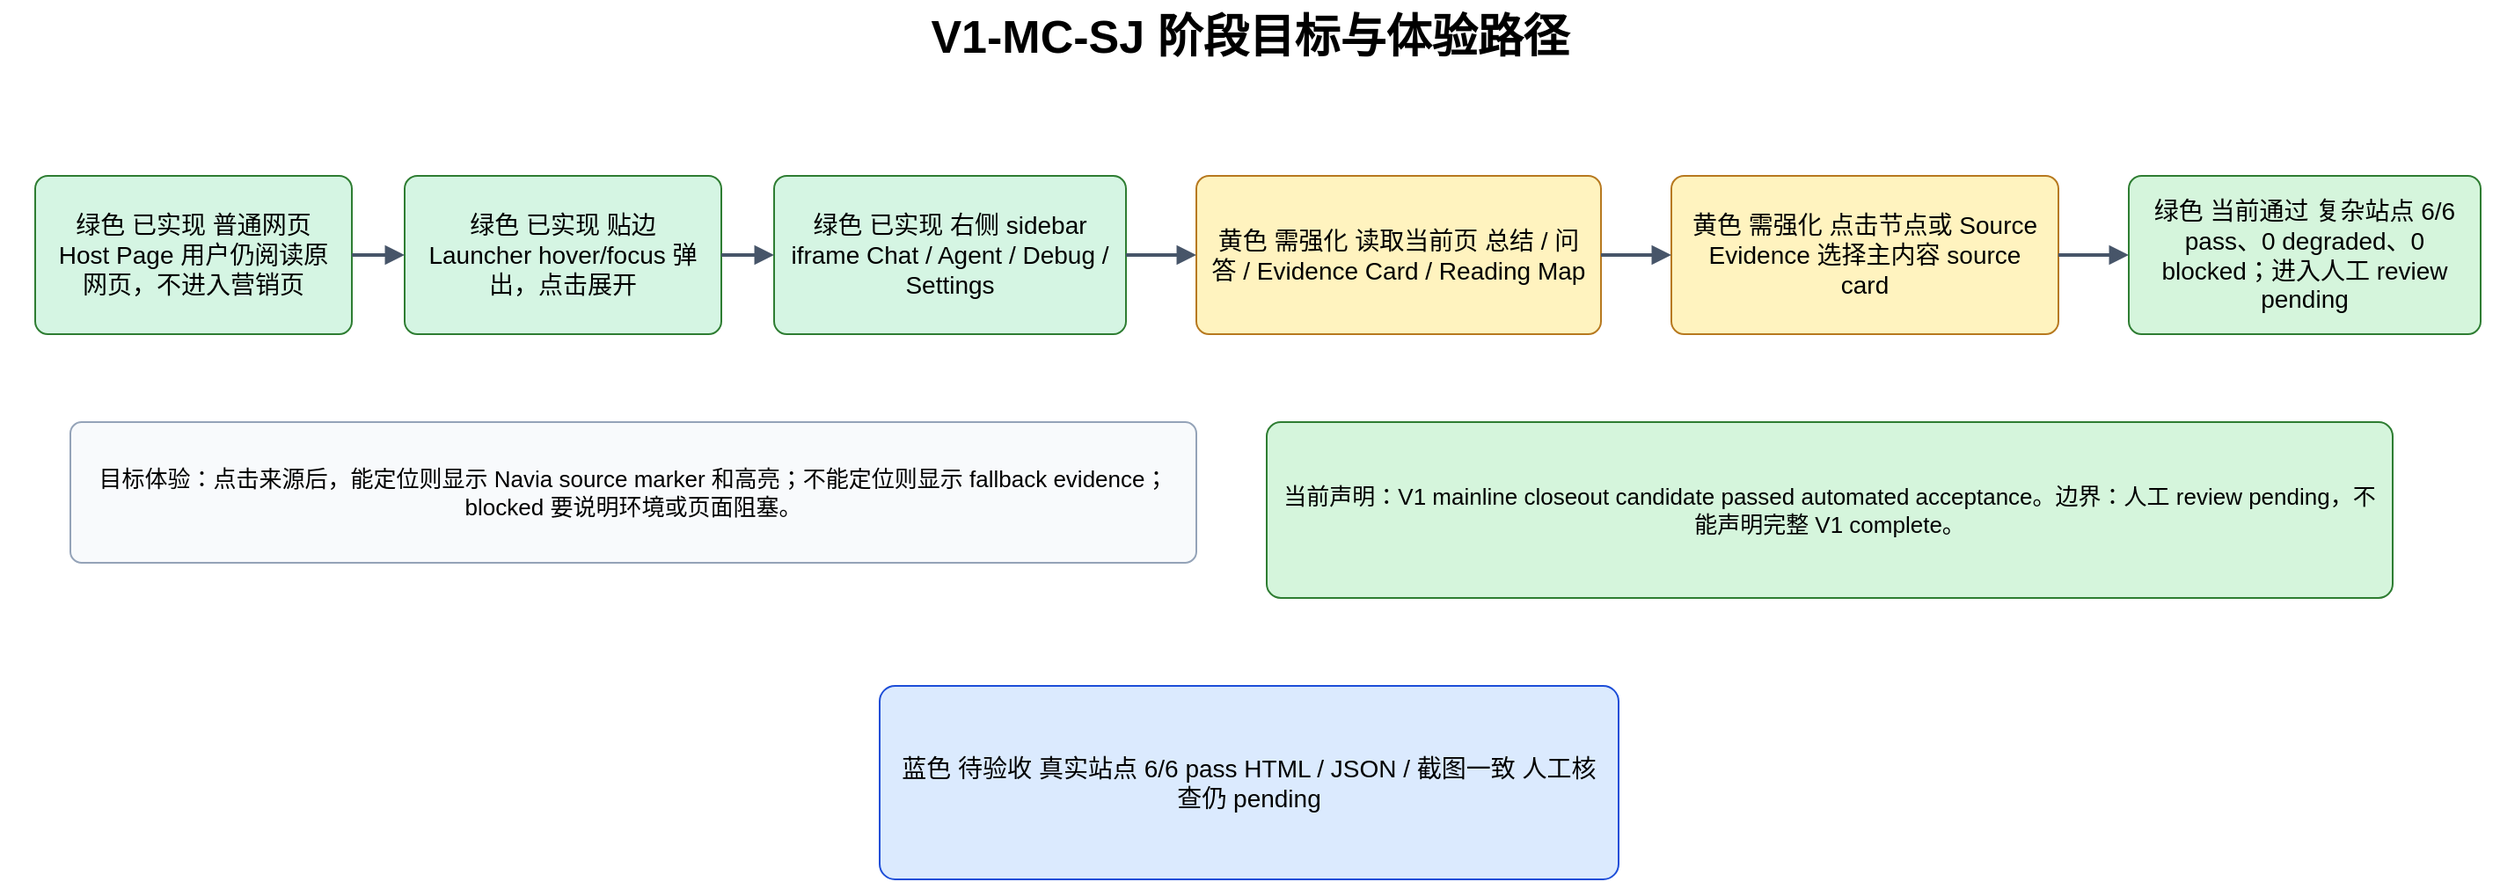
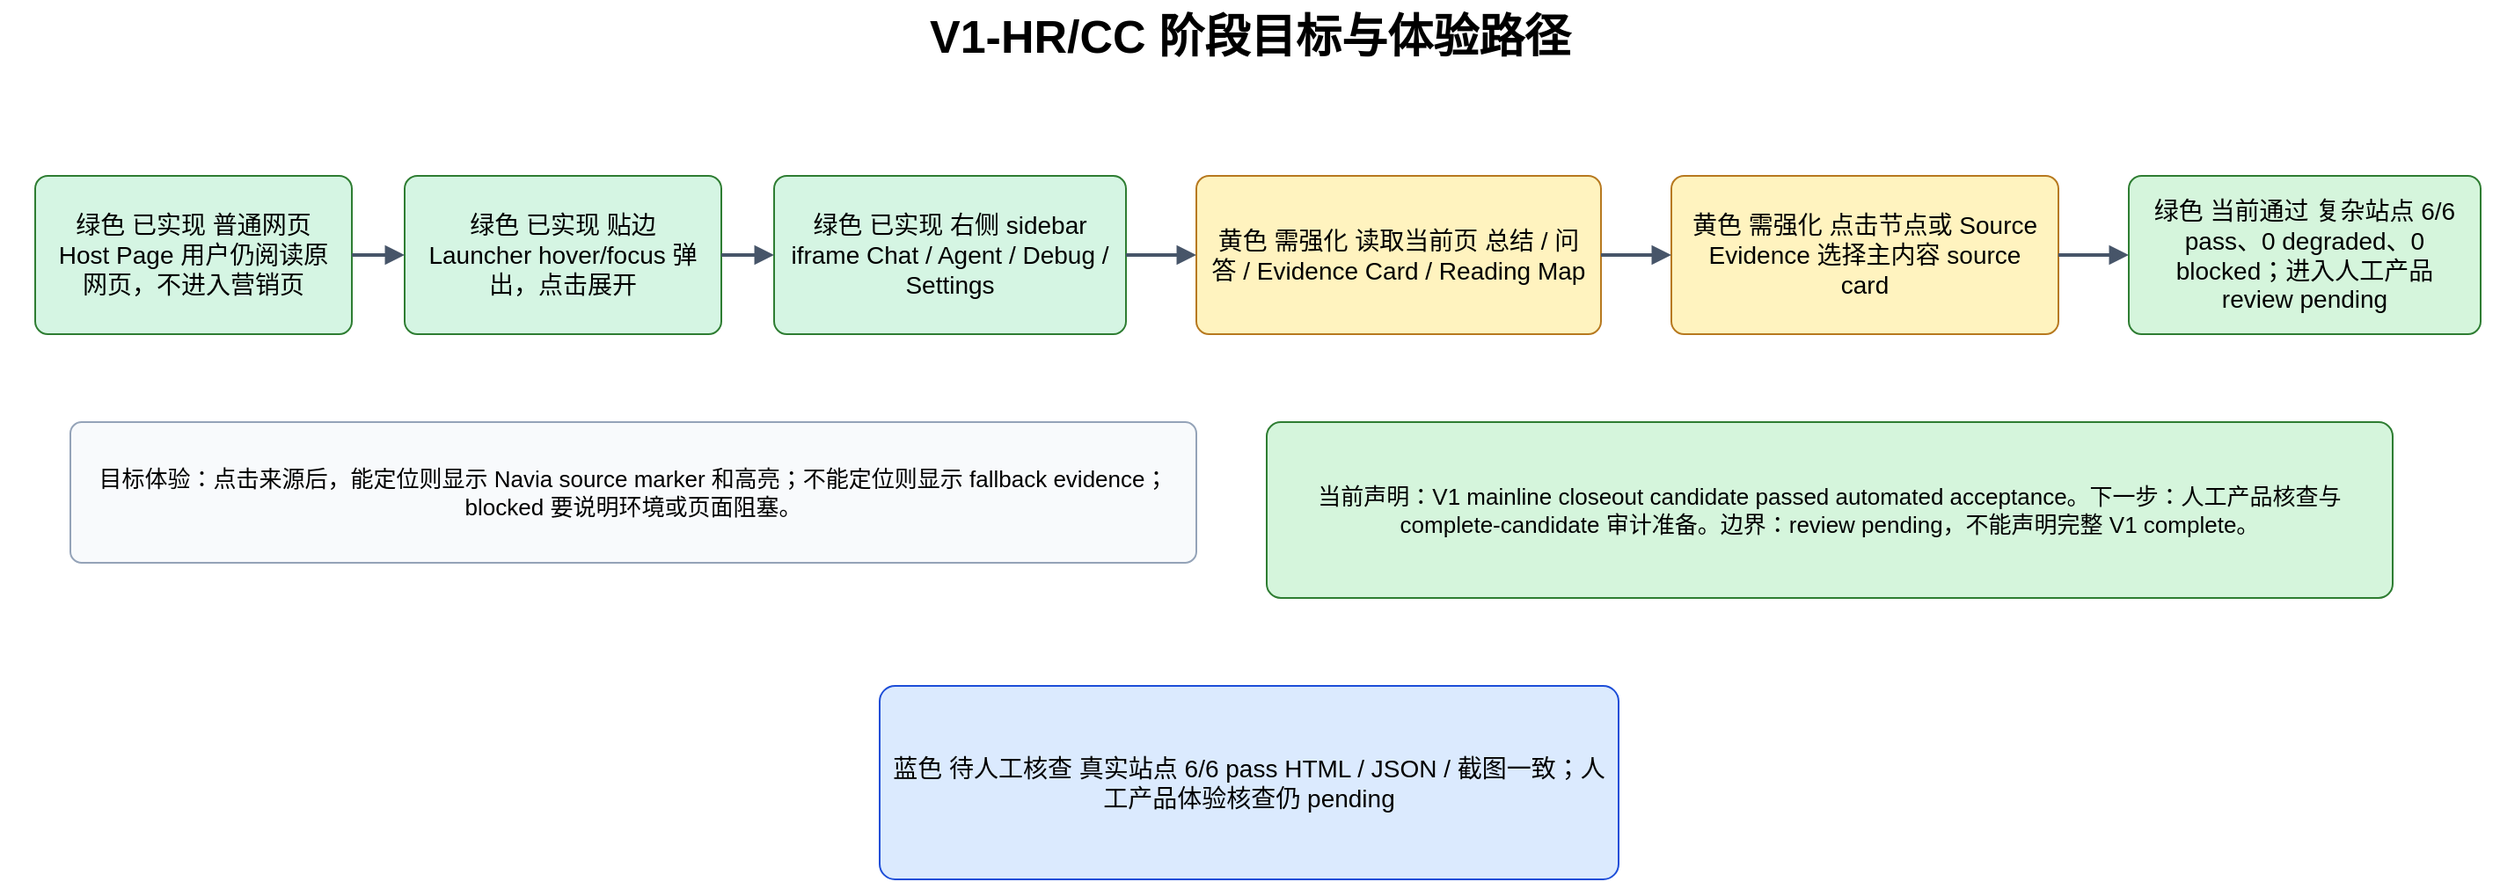
<mxfile host="Electron" agent="Codex" pages="8">
  <diagram id="v1mc-01" name="01 阶段目标与体验路径">
    <mxGraphModel dx="1500" dy="900" grid="1" gridSize="10" guides="1" tooltips="1" connect="1" arrows="1" fold="1" page="1" pageScale="1" pageWidth="1500" pageHeight="900" math="0" shadow="0">
      <root>
        <mxCell id="0" />
        <mxCell id="1" parent="0" />
-         <mxCell id="v1mc-01-title" parent="1" style="text;html=1;fontSize=26;fontStyle=1;align=center;verticalAlign=middle;strokeColor=none;fillColor=none;" value="V1-MC-SJ 阶段目标与体验路径" vertex="1">
+         <mxCell id="v1mc-01-title" parent="1" style="text;html=1;fontSize=26;fontStyle=1;align=center;verticalAlign=middle;strokeColor=none;fillColor=none;" value="V1-HR/CC 阶段目标与体验路径" vertex="1">
          <mxGeometry x="40" y="20" width="1420" height="42" as="geometry" />
        </mxCell>
        <mxCell id="c1" parent="1" style="rounded=1;whiteSpace=wrap;html=1;fontSize=14;spacing=8;arcSize=8;fillColor=#d5f5e3;strokeColor=#2e7d32;" value="绿色 已实现 普通网页 Host Page 用户仍阅读原网页，不进入营销页" vertex="1">
          <mxGeometry x="60" y="120" width="180" height="90" as="geometry" />
        </mxCell>
        <mxCell id="c2" parent="1" style="rounded=1;whiteSpace=wrap;html=1;fontSize=14;spacing=8;arcSize=8;fillColor=#d5f5e3;strokeColor=#2e7d32;" value="绿色 已实现 贴边 Launcher hover/focus 弹出，点击展开" vertex="1">
          <mxGeometry x="270" y="120" width="180" height="90" as="geometry" />
        </mxCell>
        <mxCell id="c3" parent="1" style="rounded=1;whiteSpace=wrap;html=1;fontSize=14;spacing=8;arcSize=8;fillColor=#d5f5e3;strokeColor=#2e7d32;" value="绿色 已实现 右侧 sidebar iframe Chat / Agent / Debug / Settings" vertex="1">
          <mxGeometry x="480" y="120" width="200" height="90" as="geometry" />
        </mxCell>
        <mxCell id="c4" parent="1" style="rounded=1;whiteSpace=wrap;html=1;fontSize=14;spacing=8;arcSize=8;fillColor=#fff3bf;strokeColor=#b7791f;" value="黄色 需强化 读取当前页 总结 / 问答 / Evidence Card / Reading Map" vertex="1">
          <mxGeometry x="720" y="120" width="230" height="90" as="geometry" />
        </mxCell>
        <mxCell id="c5" parent="1" style="rounded=1;whiteSpace=wrap;html=1;fontSize=14;spacing=8;arcSize=8;fillColor=#fff3bf;strokeColor=#b7791f;" value="黄色 需强化 点击节点或 Source Evidence 选择主内容 source card" vertex="1">
          <mxGeometry x="990" y="120" width="220" height="90" as="geometry" />
        </mxCell>
-         <mxCell id="c6" parent="1" style="rounded=1;whiteSpace=wrap;html=1;fontSize=14;spacing=8;arcSize=8;fillColor=#d5f5dc;strokeColor=#2e7d32;" value="绿色 当前通过 复杂站点 6/6 pass、0 degraded、0 blocked；进入人工 review pending" vertex="1">
+         <mxCell id="c6" parent="1" style="rounded=1;whiteSpace=wrap;html=1;fontSize=14;spacing=8;arcSize=8;fillColor=#d5f5dc;strokeColor=#2e7d32;" value="绿色 当前通过 复杂站点 6/6 pass、0 degraded、0 blocked；进入人工产品 review pending" vertex="1">
          <mxGeometry x="1250" y="120" width="200" height="90" as="geometry" />
        </mxCell>
        <mxCell id="c7" parent="1" style="rounded=1;whiteSpace=wrap;html=1;fontSize=13;spacing=8;arcSize=8;fillColor=#f8fafc;strokeColor=#94a3b8;" value="目标体验：点击来源后，能定位则显示 Navia source marker 和高亮；不能定位则显示 fallback evidence；blocked 要说明环境或页面阻塞。" vertex="1">
          <mxGeometry x="80" y="260" width="640" height="80" as="geometry" />
        </mxCell>
-         <mxCell id="c8" parent="1" style="rounded=1;whiteSpace=wrap;html=1;fontSize=13;spacing=8;arcSize=8;fillColor=#d5f5dc;strokeColor=#2e7d32;" value="当前声明：V1 mainline closeout candidate passed automated acceptance。边界：人工 review pending，不能声明完整 V1 complete。" vertex="1">
+         <mxCell id="c8" parent="1" style="rounded=1;whiteSpace=wrap;html=1;fontSize=13;spacing=8;arcSize=8;fillColor=#d5f5dc;strokeColor=#2e7d32;" value="当前声明：V1 mainline closeout candidate passed automated acceptance。下一步：人工产品核查与 complete-candidate 审计准备。边界：review pending，不能声明完整 V1 complete。" vertex="1">
          <mxGeometry x="760" y="260" width="640" height="100" as="geometry" />
        </mxCell>
-         <mxCell id="c9" parent="1" style="rounded=1;whiteSpace=wrap;html=1;fontSize=14;spacing=8;arcSize=8;fillColor=#dbeafe;strokeColor=#1d4ed8;" value="蓝色 待验收 真实站点 6/6 pass HTML / JSON / 截图一致 人工核查仍 pending" vertex="1">
+         <mxCell id="c9" parent="1" style="rounded=1;whiteSpace=wrap;html=1;fontSize=14;spacing=8;arcSize=8;fillColor=#dbeafe;strokeColor=#1d4ed8;" value="蓝色 待人工核查 真实站点 6/6 pass HTML / JSON / 截图一致；人工产品体验核查仍 pending" vertex="1">
          <mxGeometry x="540" y="410" width="420" height="110" as="geometry" />
        </mxCell>
        <mxCell id="e10" parent="1" style="edgeStyle=orthogonalEdgeStyle;rounded=0;orthogonalLoop=1;jettySize=auto;html=1;endArrow=block;strokeWidth=2;strokeColor=#475569;" value="" edge="1" source="c1" target="c2">
          <mxGeometry relative="1" as="geometry" />
        </mxCell>
        <mxCell id="e11" parent="1" style="edgeStyle=orthogonalEdgeStyle;rounded=0;orthogonalLoop=1;jettySize=auto;html=1;endArrow=block;strokeWidth=2;strokeColor=#475569;" value="" edge="1" source="c2" target="c3">
          <mxGeometry relative="1" as="geometry" />
        </mxCell>
        <mxCell id="e12" parent="1" style="edgeStyle=orthogonalEdgeStyle;rounded=0;orthogonalLoop=1;jettySize=auto;html=1;endArrow=block;strokeWidth=2;strokeColor=#475569;" value="" edge="1" source="c3" target="c4">
          <mxGeometry relative="1" as="geometry" />
        </mxCell>
        <mxCell id="e13" parent="1" style="edgeStyle=orthogonalEdgeStyle;rounded=0;orthogonalLoop=1;jettySize=auto;html=1;endArrow=block;strokeWidth=2;strokeColor=#475569;" value="" edge="1" source="c4" target="c5">
          <mxGeometry relative="1" as="geometry" />
        </mxCell>
        <mxCell id="e14" parent="1" style="edgeStyle=orthogonalEdgeStyle;rounded=0;orthogonalLoop=1;jettySize=auto;html=1;endArrow=block;strokeWidth=2;strokeColor=#475569;" value="" edge="1" source="c5" target="c6">
          <mxGeometry relative="1" as="geometry" />
        </mxCell>
      </root>
    </mxGraphModel>
  </diagram>
  <diagram id="v1mc-02" name="02 当前架构与目标架构差异">
    <mxGraphModel dx="1500" dy="900" grid="1" gridSize="10" guides="1" tooltips="1" connect="1" arrows="1" fold="1" page="1" pageScale="1" pageWidth="1500" pageHeight="900" math="0" shadow="0">
      <root>
        <mxCell id="0" />
        <mxCell id="1" parent="0" />
        <mxCell id="v1mc-02-title" parent="1" style="text;html=1;fontSize=26;fontStyle=1;align=center;verticalAlign=middle;strokeColor=none;fillColor=none;" value="当前架构与目标架构差异：具体实现实体" vertex="1">
          <mxGeometry x="40" y="20" width="1420" height="42" as="geometry" />
        </mxCell>
        <mxCell id="c15" parent="1" style="rounded=1;whiteSpace=wrap;html=1;fontSize=14;spacing=8;arcSize=8;fillColor=#d5f5e3;strokeColor=#2e7d32;" value="绿色 已实现 Host Page DOM 真实网页正文 / feed / 评论 / 推荐 / 登录态差异" vertex="1">
          <mxGeometry x="70" y="95" width="390" height="82" as="geometry" />
        </mxCell>
        <mxCell id="c16" parent="1" style="rounded=1;whiteSpace=wrap;html=1;fontSize=14;spacing=8;arcSize=8;fillColor=#ffffff;strokeColor=#607d8b;" value="目标差异 不让评论/推荐/站点壳主导主内容；public no-login 与 logged-in 分流" vertex="1">
          <mxGeometry x="520" y="95" width="420" height="82" as="geometry" />
        </mxCell>
        <mxCell id="c17" parent="1" style="rounded=1;whiteSpace=wrap;html=1;fontSize=14;spacing=8;arcSize=8;fillColor=#fff3bf;strokeColor=#b7791f;" value="黄色 需修改 pageContext.ts + contentBridge.ts 抽取 DOM signals；执行 source jumpback；注入 launcher/sidebar" vertex="1">
          <mxGeometry x="70" y="210" width="390" height="82" as="geometry" />
        </mxCell>
        <mxCell id="c18" parent="1" style="rounded=1;whiteSpace=wrap;html=1;fontSize=14;spacing=8;arcSize=8;fillColor=#ffffff;strokeColor=#607d8b;" value="目标差异 多 sourceRef / selector / domPath / textQuote / href-card 定位；失败保留 fallback" vertex="1">
          <mxGeometry x="520" y="210" width="420" height="82" as="geometry" />
        </mxCell>
        <mxCell id="c19" parent="1" style="rounded=1;whiteSpace=wrap;html=1;fontSize=14;spacing=8;arcSize=8;fillColor=#fff3bf;strokeColor=#b7791f;" value="黄色 需修改 sidepanel/main.tsx + B Renderer ArtifactInlineCard / mindmapPresentation / Reading Map / source card 排序" vertex="1">
          <mxGeometry x="70" y="325" width="390" height="82" as="geometry" />
        </mxCell>
        <mxCell id="c20" parent="1" style="rounded=1;whiteSpace=wrap;html=1;fontSize=14;spacing=8;arcSize=8;fillColor=#ffffff;strokeColor=#607d8b;" value="目标差异 source card 主内容优先；E2E 记录 selectedSourceCardIndex 和 reason" vertex="1">
          <mxGeometry x="520" y="325" width="420" height="82" as="geometry" />
        </mxCell>
        <mxCell id="c21" parent="1" style="rounded=1;whiteSpace=wrap;html=1;fontSize=14;spacing=8;arcSize=8;fillColor=#d5f5e3;strokeColor=#2e7d32;" value="绿色 已实现 runtimeClient.ts + background proxy /v1/health、session、chat stream、runtimeFetch/runtimeStream" vertex="1">
          <mxGeometry x="70" y="440" width="390" height="82" as="geometry" />
        </mxCell>
        <mxCell id="c22" parent="1" style="rounded=1;whiteSpace=wrap;html=1;fontSize=14;spacing=8;arcSize=8;fillColor=#ffffff;strokeColor=#607d8b;" value="目标差异 不新增 Runtime public API；错误保持可审计" vertex="1">
          <mxGeometry x="520" y="440" width="420" height="82" as="geometry" />
        </mxCell>
        <mxCell id="c23" parent="1" style="rounded=1;whiteSpace=wrap;html=1;fontSize=14;spacing=8;arcSize=8;fillColor=#fff3bf;strokeColor=#b7791f;" value="黄色 需修改 Local Runtime A/D/C A Page Reading SourceRef；D Artifact/Event/Trace；C Mindmap nodeSourceMap" vertex="1">
          <mxGeometry x="70" y="555" width="390" height="82" as="geometry" />
        </mxCell>
        <mxCell id="c24" parent="1" style="rounded=1;whiteSpace=wrap;html=1;fontSize=14;spacing=8;arcSize=8;fillColor=#ffffff;strokeColor=#607d8b;" value="目标差异 A/C/D 不被 UI 反向污染；只改善 SourceRef 和 nodeSourceMap 质量" vertex="1">
          <mxGeometry x="520" y="555" width="420" height="82" as="geometry" />
        </mxCell>
        <mxCell id="c25" parent="1" style="rounded=1;whiteSpace=wrap;html=1;fontSize=14;spacing=8;arcSize=8;fillColor=#dbeafe;strokeColor=#1d4ed8;" value="蓝色 待验收 E2E + evidence reports v1_real_site_complex_pages / external_visual / mainline_closeout" vertex="1">
          <mxGeometry x="70" y="670" width="390" height="82" as="geometry" />
        </mxCell>
        <mxCell id="c26" parent="1" style="rounded=1;whiteSpace=wrap;html=1;fontSize=14;spacing=8;arcSize=8;fillColor=#d5f5dc;strokeColor=#2e7d32;" value="目标差异 当前 real-site 6/6 pass，V1-MC 自动化候选通过；人工 review 前不得声明完整 V1 complete" vertex="1">
          <mxGeometry x="520" y="670" width="420" height="82" as="geometry" />
        </mxCell>
        <mxCell id="c27" parent="1" style="rounded=1;whiteSpace=wrap;html=1;fontSize=14;spacing=8;arcSize=8;fillColor=#fff3cd;strokeColor=#b26a00;" value="黄色 回归风险 小红书首页 / 详情当前已恢复 highlighted；若未来 blocked 或 fallback 必须打回质量硬化并撤回候选通过" vertex="1">
          <mxGeometry x="1020" y="145" width="330" height="95" as="geometry" />
        </mxCell>
        <mxCell id="c28" parent="1" style="rounded=1;whiteSpace=wrap;html=1;fontSize=14;spacing=8;arcSize=8;fillColor=#fff3bf;strokeColor=#b7791f;" value="黄色 复验风险 guancha-detail source card 可能指向评论/推荐/最新视频" vertex="1">
          <mxGeometry x="1020" y="285" width="330" height="110" as="geometry" />
        </mxCell>
        <mxCell id="c29" parent="1" style="rounded=1;whiteSpace=wrap;html=1;fontSize=14;spacing=8;arcSize=8;fillColor=#eeeeee;strokeColor=#666666;" value="图例：绿色=已实现/已通过；黄色=需修改或复验风险；蓝色=待验收；红色=false-green 风险或禁止声明；灰色=历史或保留入口。" vertex="1">
          <mxGeometry x="970" y="500" width="420" height="105" as="geometry" />
        </mxCell>
        <mxCell id="e30" parent="1" style="edgeStyle=orthogonalEdgeStyle;rounded=0;orthogonalLoop=1;jettySize=auto;html=1;endArrow=block;strokeWidth=2;strokeColor=#475569;" value="DOM signals" edge="1" source="c15" target="c17">
          <mxGeometry relative="1" as="geometry" />
        </mxCell>
        <mxCell id="e31" parent="1" style="edgeStyle=orthogonalEdgeStyle;rounded=0;orthogonalLoop=1;jettySize=auto;html=1;endArrow=block;strokeWidth=2;strokeColor=#475569;" value="page context + jumpback result" edge="1" source="c17" target="c19">
          <mxGeometry relative="1" as="geometry" />
        </mxCell>
        <mxCell id="e32" parent="1" style="edgeStyle=orthogonalEdgeStyle;rounded=0;orthogonalLoop=1;jettySize=auto;html=1;endArrow=block;strokeWidth=2;strokeColor=#475569;" value="runtime requests" edge="1" source="c19" target="c21">
          <mxGeometry relative="1" as="geometry" />
        </mxCell>
        <mxCell id="e33" parent="1" style="edgeStyle=orthogonalEdgeStyle;rounded=0;orthogonalLoop=1;jettySize=auto;html=1;endArrow=block;strokeWidth=2;strokeColor=#475569;" value="HTTP/SSE" edge="1" source="c21" target="c23">
          <mxGeometry relative="1" as="geometry" />
        </mxCell>
        <mxCell id="e34" parent="1" style="edgeStyle=orthogonalEdgeStyle;rounded=0;orthogonalLoop=1;jettySize=auto;html=1;endArrow=block;strokeWidth=2;strokeColor=#475569;" value="artifacts + evidence" edge="1" source="c23" target="c25">
          <mxGeometry relative="1" as="geometry" />
        </mxCell>
      </root>
    </mxGraphModel>
  </diagram>
  <diagram id="v1mc-03" name="03 目标架构交互链路">
    <mxGraphModel dx="1653" dy="842" grid="1" gridSize="10" guides="1" tooltips="1" connect="1" arrows="1" fold="1" page="1" pageScale="1" pageWidth="1500" pageHeight="900" math="0" shadow="0">
      <root>
        <mxCell id="0" />
        <mxCell id="1" parent="0" />
        <mxCell id="v1mc-03-title" parent="1" style="text;html=1;fontSize=26;fontStyle=1;align=center;verticalAlign=middle;strokeColor=none;fillColor=none;" value="目标架构交互链路与责任边界" vertex="1">
          <mxGeometry height="42" width="1420" x="40" y="20" as="geometry" />
        </mxCell>
        <mxCell id="c35" parent="1" style="rounded=1;whiteSpace=wrap;html=1;fontSize=14;spacing=8;arcSize=8;fillColor=#fff3bf;strokeColor=#b7791f;" value="A Page Reading services/local-runtime/.../page_reading 输出 StructuredPageContext / SourceRef / quality" vertex="1">
          <mxGeometry height="95" width="300" x="80" y="120" as="geometry" />
        </mxCell>
        <mxCell id="c36" parent="1" style="rounded=1;whiteSpace=wrap;html=1;fontSize=14;spacing=8;arcSize=8;fillColor=#d5f5e3;strokeColor=#2e7d32;" value="D Adapter Boundary agent_loop / adapters 唯一 Artifact / Event / Trace 映射边界" vertex="1">
          <mxGeometry height="95" width="300" x="430" y="120" as="geometry" />
        </mxCell>
        <mxCell id="c37" parent="1" style="rounded=1;whiteSpace=wrap;html=1;fontSize=14;spacing=8;arcSize=8;fillColor=#fff3bf;strokeColor=#b7791f;" value="C Mindmap modules/mindmap digest-first nodes + nodeSourceMap" vertex="1">
          <mxGeometry height="95" width="300" x="780" y="120" as="geometry" />
        </mxCell>
        <mxCell id="c38" parent="1" style="rounded=1;whiteSpace=wrap;html=1;fontSize=14;spacing=8;arcSize=8;fillColor=#fff3bf;strokeColor=#b7791f;" value="B Renderer chat_renderer / mindmap_renderer Evidence Card / Reading Map / source card 排序" vertex="1">
          <mxGeometry height="95" width="300" x="1130" y="120" as="geometry" />
        </mxCell>
        <mxCell id="c39" parent="1" style="rounded=1;whiteSpace=wrap;html=1;fontSize=14;spacing=8;arcSize=8;fillColor=#dbeafe;strokeColor=#1d4ed8;" value="用户动作 点击 Mindmap 节点或 Source Evidence 必须由用户触发" vertex="1">
          <mxGeometry height="90" width="300" x="190" y="320" as="geometry" />
        </mxCell>
        <mxCell id="c40" parent="1" style="rounded=1;whiteSpace=wrap;html=1;fontSize=14;spacing=8;arcSize=8;fillColor=#fff3bf;strokeColor=#b7791f;" value="sidepanel/main.tsx jumpback_source_card 记录 selectedSourceCardIndex / reason" vertex="1">
          <mxGeometry height="90" width="340" x="580" y="320" as="geometry" />
        </mxCell>
        <mxCell id="c41" parent="1" style="rounded=1;whiteSpace=wrap;html=1;fontSize=14;spacing=8;arcSize=8;fillColor=#fff3bf;strokeColor=#b7791f;" value="contentBridge.ts navia.jumpToSource selector / domPath / textQuote / href-card matching" vertex="1">
          <mxGeometry height="90" width="350" x="1010" y="320" as="geometry" />
        </mxCell>
        <mxCell id="c42" parent="1" style="rounded=1;whiteSpace=wrap;html=1;fontSize=14;spacing=8;arcSize=8;fillColor=#dbeafe;strokeColor=#1d4ed8;" value="结果三态 highlighted + marker fallback_shown + evidence blocked + reason" vertex="1">
          <mxGeometry height="110" width="340" x="1015" y="530" as="geometry" />
        </mxCell>
        <mxCell id="c43" parent="1" style="rounded=1;whiteSpace=wrap;html=1;fontSize=13;spacing=8;arcSize=8;fillColor=#f8fafc;strokeColor=#94a3b8;" value="越界禁止：B 不生成事实内容；A/C 不调用 content script；content script 不自动浏览器任务；本阶段不新增 Runtime public API。" vertex="1">
          <mxGeometry height="85" width="1180" x="160" y="705" as="geometry" />
        </mxCell>
        <mxCell id="e44" edge="1" parent="1" source="c35" style="edgeStyle=orthogonalEdgeStyle;rounded=0;orthogonalLoop=1;jettySize=auto;html=1;endArrow=block;strokeWidth=2;strokeColor=#475569;" target="c36" value="ToolResult">
          <mxGeometry relative="1" as="geometry" />
        </mxCell>
        <mxCell id="e45" edge="1" parent="1" source="c36" style="edgeStyle=orthogonalEdgeStyle;rounded=0;orthogonalLoop=1;jettySize=auto;html=1;endArrow=block;strokeWidth=2;strokeColor=#475569;" target="c37" value="Artifact input">
          <mxGeometry relative="1" as="geometry" />
        </mxCell>
        <mxCell id="e46" edge="1" parent="1" source="c37" style="edgeStyle=orthogonalEdgeStyle;rounded=0;orthogonalLoop=1;jettySize=auto;html=1;endArrow=block;strokeWidth=2;strokeColor=#475569;" target="c38" value="mindmap artifact">
          <mxGeometry relative="1" as="geometry" />
        </mxCell>
        <mxCell id="e47" edge="1" parent="1" source="c39" style="edgeStyle=orthogonalEdgeStyle;rounded=0;orthogonalLoop=1;jettySize=auto;html=1;endArrow=block;strokeWidth=2;strokeColor=#475569;" target="c40" value="click">
          <mxGeometry relative="1" as="geometry" />
        </mxCell>
        <mxCell id="e48" edge="1" parent="1" source="c40" style="edgeStyle=orthogonalEdgeStyle;rounded=0;orthogonalLoop=1;jettySize=auto;html=1;endArrow=block;strokeWidth=2;strokeColor=#475569;" target="c41" value="jumpback request">
          <mxGeometry relative="1" as="geometry" />
        </mxCell>
        <mxCell id="e49" edge="1" parent="1" source="c41" style="edgeStyle=orthogonalEdgeStyle;rounded=0;orthogonalLoop=1;jettySize=auto;html=1;endArrow=block;strokeWidth=2;strokeColor=#475569;" target="c42" value="status">
          <mxGeometry relative="1" as="geometry" />
        </mxCell>
      </root>
    </mxGraphModel>
  </diagram>
  <diagram id="v1mc-04" name="04 复杂站点质量链路">
    <mxGraphModel dx="1500" dy="900" grid="1" gridSize="10" guides="1" tooltips="1" connect="1" arrows="1" fold="1" page="1" pageScale="1" pageWidth="1500" pageHeight="900" math="0" shadow="0">
      <root>
        <mxCell id="0" />
        <mxCell id="1" parent="0" />
        <mxCell id="v1mc-04-title" parent="1" style="text;html=1;fontSize=26;fontStyle=1;align=center;verticalAlign=middle;strokeColor=none;fillColor=none;" value="复杂站点质量链路：复验风险与硬化目标" vertex="1">
          <mxGeometry x="40" y="20" width="1420" height="42" as="geometry" />
        </mxCell>
        <mxCell id="c50" parent="1" style="rounded=1;whiteSpace=wrap;html=1;fontSize=14;spacing=8;arcSize=8;fillColor=#d5f5e3;strokeColor=#2e7d32;" value="B站详情页 绿色 当前通过但需保留 fresh validation 标题 / 简介 / UP主 / 发布时间 / 播放弹幕进入主节点" vertex="1">
          <mxGeometry x="70" y="110" width="390" height="115" as="geometry" />
        </mxCell>
        <mxCell id="c51" parent="1" style="rounded=1;whiteSpace=wrap;html=1;fontSize=14;spacing=8;arcSize=8;fillColor=#d5f5dc;strokeColor=#2e7d32;" value="小红书首页/详情 当前通过 目标已闭环：feed card / detail body 级 sourceRef + card/href/text 多线索匹配" vertex="1">
          <mxGeometry x="550" y="110" width="390" height="130" as="geometry" />
        </mxCell>
        <mxCell id="c52" parent="1" style="rounded=1;whiteSpace=wrap;html=1;fontSize=14;spacing=8;arcSize=8;fillColor=#fff3bf;strokeColor=#b7791f;" value="观察者详情页 黄色 复验风险 评论 / 推荐 / 最新视频可能排在正文前 目标：article 正文、标题、作者、时间优先" vertex="1">
          <mxGeometry x="1030" y="110" width="390" height="130" as="geometry" />
        </mxCell>
        <mxCell id="c53" parent="1" style="rounded=1;whiteSpace=wrap;html=1;fontSize=14;spacing=8;arcSize=8;fillColor=#fff3bf;strokeColor=#b7791f;" value="A Page Reading 黄色 需修改 主内容提权、噪声降权、SourceRef selector/textQuote/fallbackText 质量" vertex="1">
          <mxGeometry x="95" y="315" width="350" height="110" as="geometry" />
        </mxCell>
        <mxCell id="c54" parent="1" style="rounded=1;whiteSpace=wrap;html=1;fontSize=14;spacing=8;arcSize=8;fillColor=#fff3bf;strokeColor=#b7791f;" value="C/B 排序 黄色 需修改 root / 高层节点 / source card 不默认指向评论、推荐、侧栏" vertex="1">
          <mxGeometry x="575" y="315" width="350" height="110" as="geometry" />
        </mxCell>
        <mxCell id="c55" parent="1" style="rounded=1;whiteSpace=wrap;html=1;fontSize=14;spacing=8;arcSize=8;fillColor=#fff3bf;strokeColor=#b7791f;" value="Content Script Jumpback 黄色 需修改 多个 sourceRef + 多线索定位；成功 marker；失败 fallback" vertex="1">
          <mxGeometry x="1055" y="315" width="350" height="110" as="geometry" />
        </mxCell>
        <mxCell id="c56" parent="1" style="rounded=1;whiteSpace=wrap;html=1;fontSize=14;spacing=8;arcSize=8;fillColor=#dbeafe;strokeColor=#1d4ed8;" value="验收报告 蓝色 待验收 每样本记录 public no-login / cookie-injected / logged-in、selected card、reason、status" vertex="1">
          <mxGeometry x="330" y="540" width="830" height="110" as="geometry" />
        </mxCell>
        <mxCell id="c57" parent="1" style="rounded=1;whiteSpace=wrap;html=1;fontSize=13;spacing=8;arcSize=8;fillColor=#f8fafc;strokeColor=#94a3b8;" value="No-Go：fallback 不能冒充 highlighted；public no-login 不能冒充 logged-in；fresh validation 出现 fallback-only 时不能声明复杂站点矩阵通过。" vertex="1">
          <mxGeometry x="190" y="710" width="1120" height="80" as="geometry" />
        </mxCell>
      </root>
    </mxGraphModel>
  </diagram>
  <diagram id="v1mc-05" name="05 开发及验收计划">
    <mxGraphModel dx="1500" dy="900" grid="1" gridSize="10" guides="1" tooltips="1" connect="1" arrows="1" fold="1" page="1" pageScale="1" pageWidth="1500" pageHeight="900" math="0" shadow="0">
      <root>
        <mxCell id="0" />
        <mxCell id="1" parent="0" />
-         <mxCell id="v1mc-05-title" parent="1" style="text;html=1;fontSize=26;fontStyle=1;align=center;verticalAlign=middle;strokeColor=none;fillColor=none;" value="开发及验收计划：V1-MC-SJ 闭环" vertex="1">
-           <mxGeometry x="40" y="20" width="1420" height="42" as="geometry" />
-         </mxCell>
-         <mxCell id="c58" parent="1" style="rounded=1;whiteSpace=wrap;html=1;fontSize=14;spacing=8;arcSize=8;fillColor=#dbeafe;strokeColor=#1d4ed8;" value="V1-MC-SJ-0 文档与审计冻结 PRD/架构/计划/验收/drawio 同步" vertex="1">
+         <mxCell id="v1mc-05-title" parent="1" style="text;html=1;fontSize=26;fontStyle=1;align=center;verticalAlign=middle;strokeColor=none;fillColor=none;" value="开发及验收计划：V1-HR/CC 人工核查准备闭环" vertex="1">
+           <mxGeometry x="40" y="20" width="1420" height="42" as="geometry" />
+         </mxCell>
+         <mxCell id="c58" parent="1" style="rounded=1;whiteSpace=wrap;html=1;fontSize=14;spacing=8;arcSize=8;fillColor=#dbeafe;strokeColor=#1d4ed8;" value="V1-HR-0 文档基线同步 PRD/架构/计划/验收/stage gate/drawio 同步" vertex="1">
          <mxGeometry x="70" y="130" width="200" height="125" as="geometry" />
        </mxCell>
-         <mxCell id="c59" parent="1" style="rounded=1;whiteSpace=wrap;html=1;fontSize=14;spacing=8;arcSize=8;fillColor=#fff3bf;strokeColor=#b7791f;" value="V1-MC-SJ-1 A SourceRef 质量 主内容识别和噪声降权" vertex="1">
+         <mxCell id="c59" parent="1" style="rounded=1;whiteSpace=wrap;html=1;fontSize=14;spacing=8;arcSize=8;fillColor=#fff3bf;strokeColor=#b7791f;" value="V1-HR-1 人工核查材料 总报告 / 截图 / JSON / 审计入口" vertex="1">
          <mxGeometry x="305" y="130" width="200" height="125" as="geometry" />
        </mxCell>
-         <mxCell id="c60" parent="1" style="rounded=1;whiteSpace=wrap;html=1;fontSize=14;spacing=8;arcSize=8;fillColor=#fff3bf;strokeColor=#b7791f;" value="V1-MC-SJ-2 C/B source card 排序 正文和可定位来源优先" vertex="1">
+         <mxCell id="c60" parent="1" style="rounded=1;whiteSpace=wrap;html=1;fontSize=14;spacing=8;arcSize=8;fillColor=#fff3bf;strokeColor=#b7791f;" value="V1-HR-2 体验场景清单 launcher / sidebar / Chat / 导图 / source" vertex="1">
          <mxGeometry x="540" y="130" width="200" height="125" as="geometry" />
        </mxCell>
-         <mxCell id="c61" parent="1" style="rounded=1;whiteSpace=wrap;html=1;fontSize=14;spacing=8;arcSize=8;fillColor=#fff3bf;strokeColor=#b7791f;" value="V1-MC-SJ-3 Content Script jumpback 多 sourceRef 多线索定位" vertex="1">
+         <mxCell id="c61" parent="1" style="rounded=1;whiteSpace=wrap;html=1;fontSize=14;spacing=8;arcSize=8;fillColor=#fff3bf;strokeColor=#b7791f;" value="V1-HR-3 证据一致性 Cookie / public / logged-in / fallback 边界" vertex="1">
          <mxGeometry x="775" y="130" width="200" height="125" as="geometry" />
        </mxCell>
-         <mxCell id="c62" parent="1" style="rounded=1;whiteSpace=wrap;html=1;fontSize=14;spacing=8;arcSize=8;fillColor=#fff3bf;strokeColor=#b7791f;" value="V1-MC-SJ-4 E2E 与报告语义 headless-first / mute-audio / 选择原因" vertex="1">
+         <mxCell id="c62" parent="1" style="rounded=1;whiteSpace=wrap;html=1;fontSize=14;spacing=8;arcSize=8;fillColor=#fff3bf;strokeColor=#b7791f;" value="V1-HR-4 候选审计准备 人工 passed 后复跑验证" vertex="1">
          <mxGeometry x="1010" y="130" width="200" height="125" as="geometry" />
        </mxCell>
-         <mxCell id="c63" parent="1" style="rounded=1;whiteSpace=wrap;html=1;fontSize=14;spacing=8;arcSize=8;fillColor=#dbeafe;strokeColor=#1d4ed8;" value="V1-MC-SJ-5 真实站点复验 6/6 pass 后才恢复 V1-MC candidate claim" vertex="1">
+         <mxCell id="c63" parent="1" style="rounded=1;whiteSpace=wrap;html=1;fontSize=14;spacing=8;arcSize=8;fillColor=#dbeafe;strokeColor=#1d4ed8;" value="V1-HR-5 人工结论落盘 reviewStatus 等字段完整" vertex="1">
          <mxGeometry x="1245" y="130" width="200" height="125" as="geometry" />
        </mxCell>
-         <mxCell id="c64" parent="1" style="rounded=1;whiteSpace=wrap;html=1;fontSize=14;spacing=8;arcSize=8;fillColor=#ffd6d6;strokeColor=#c62828;" value="失败打回规则 fresh validation 任一 real-site 样本 degraded/blocked -&gt; 撤回 candidate pass 总报告与上游 report 不一致 -&gt; 打回报告生成" vertex="1">
+         <mxCell id="c64" parent="1" style="rounded=1;whiteSpace=wrap;html=1;fontSize=14;spacing=8;arcSize=8;fillColor=#ffd6d6;strokeColor=#c62828;" value="失败打回规则 candidate 写成完整 V1 -&gt; V1-HR-0；drawio 看不到实体 -&gt; 架构页；cookie/fallback 口径错误 -&gt; 证据一致性" vertex="1">
          <mxGeometry x="130" y="350" width="560" height="130" as="geometry" />
        </mxCell>
-         <mxCell id="c65" parent="1" style="rounded=1;whiteSpace=wrap;html=1;fontSize=14;spacing=8;arcSize=8;fillColor=#dbeafe;strokeColor=#1d4ed8;" value="验收产物 report.json / acceptance-report.html / prd-review.md / false-green-audit.md / screenshots / human-review-checklist pending" vertex="1">
+         <mxCell id="c65" parent="1" style="rounded=1;whiteSpace=wrap;html=1;fontSize=14;spacing=8;arcSize=8;fillColor=#dbeafe;strokeColor=#1d4ed8;" value="验收产物 active PRD/架构/计划/验收/stage gate/gap drawio/readiness audit/human-review-checklist pending" vertex="1">
          <mxGeometry x="810" y="350" width="560" height="130" as="geometry" />
        </mxCell>
-         <mxCell id="c66" parent="1" style="rounded=1;whiteSpace=wrap;html=1;fontSize=14;spacing=8;arcSize=8;fillColor=#eeeeee;strokeColor=#666666;" value="固定复验命令 NAVIA_REAL_SITE_HEADLESS=1 npm --prefix apps/chrome-extension run e2e:chrome:real-site-diagnostics NAVIA_REAL_SITE_HEADLESS=1 npm --prefix apps/chrome-extension run e2e:chrome:external-visual-acceptance node apps/chrome-extension/e2e/generate-v1-mainline-closeout-report.mjs" vertex="1">
+         <mxCell id="c66" parent="1" style="rounded=1;whiteSpace=wrap;html=1;fontSize=14;spacing=8;arcSize=8;fillColor=#eeeeee;strokeColor=#666666;" value="文档验收 git diff --check；drawio XML 可解析；页数不超过 8；关键实体：contentBridge.ts、sidepanel.html、B Renderer、runtimeClient.ts、Local Runtime、source jumpback、human-review-checklist" vertex="1">
          <mxGeometry x="180" y="560" width="1140" height="145" as="geometry" />
        </mxCell>
        <mxCell id="e67" parent="1" style="edgeStyle=orthogonalEdgeStyle;rounded=0;orthogonalLoop=1;jettySize=auto;html=1;endArrow=block;strokeWidth=2;strokeColor=#475569;" value="" edge="1" source="c58" target="c59">
          <mxGeometry relative="1" as="geometry" />
        </mxCell>
        <mxCell id="e68" parent="1" style="edgeStyle=orthogonalEdgeStyle;rounded=0;orthogonalLoop=1;jettySize=auto;html=1;endArrow=block;strokeWidth=2;strokeColor=#475569;" value="" edge="1" source="c59" target="c60">
          <mxGeometry relative="1" as="geometry" />
        </mxCell>
        <mxCell id="e69" parent="1" style="edgeStyle=orthogonalEdgeStyle;rounded=0;orthogonalLoop=1;jettySize=auto;html=1;endArrow=block;strokeWidth=2;strokeColor=#475569;" value="" edge="1" source="c60" target="c61">
          <mxGeometry relative="1" as="geometry" />
        </mxCell>
        <mxCell id="e70" parent="1" style="edgeStyle=orthogonalEdgeStyle;rounded=0;orthogonalLoop=1;jettySize=auto;html=1;endArrow=block;strokeWidth=2;strokeColor=#475569;" value="" edge="1" source="c61" target="c62">
          <mxGeometry relative="1" as="geometry" />
        </mxCell>
        <mxCell id="e71" parent="1" style="edgeStyle=orthogonalEdgeStyle;rounded=0;orthogonalLoop=1;jettySize=auto;html=1;endArrow=block;strokeWidth=2;strokeColor=#475569;" value="" edge="1" source="c62" target="c63">
          <mxGeometry relative="1" as="geometry" />
        </mxCell>
      </root>
    </mxGraphModel>
  </diagram>
  <diagram id="v1mc-06" name="06 项目里程碑与证据矩阵">
    <mxGraphModel dx="1500" dy="900" grid="1" gridSize="10" guides="1" tooltips="1" connect="1" arrows="1" fold="1" page="1" pageScale="1" pageWidth="1500" pageHeight="900" math="0" shadow="0">
      <root>
        <mxCell id="0" />
        <mxCell id="1" parent="0" />
        <mxCell id="v1mc-06-title" parent="1" style="text;html=1;fontSize=26;fontStyle=1;align=center;verticalAlign=middle;strokeColor=none;fillColor=none;" value="项目里程碑与证据矩阵：当前状态不可误读" vertex="1">
          <mxGeometry x="40" y="20" width="1420" height="42" as="geometry" />
        </mxCell>
        <mxCell id="c72" parent="1" style="rounded=1;whiteSpace=wrap;html=1;fontSize=14;spacing=8;arcSize=8;fillColor=#d5f5e3;strokeColor=#2e7d32;" value="绿色 已通过 V1.3 Evidence Card Mindmap report passed；不能代表完整 V1" vertex="1">
          <mxGeometry x="80" y="110" width="300" height="95" as="geometry" />
        </mxCell>
        <mxCell id="c73" parent="1" style="rounded=1;whiteSpace=wrap;html=1;fontSize=14;spacing=8;arcSize=8;fillColor=#d5f5e3;strokeColor=#2e7d32;" value="绿色 已通过 V1.4 Reading Map report passed；作为 V1 artifact 输入" vertex="1">
          <mxGeometry x="430" y="110" width="300" height="95" as="geometry" />
        </mxCell>
        <mxCell id="c74" parent="1" style="rounded=1;whiteSpace=wrap;html=1;fontSize=14;spacing=8;arcSize=8;fillColor=#d5f5e3;strokeColor=#2e7d32;" value="绿色 已通过 Launcher / Collapse / Resize 6 张行为截图；仍非完整 V1" vertex="1">
          <mxGeometry x="780" y="110" width="300" height="95" as="geometry" />
        </mxCell>
        <mxCell id="c75" parent="1" style="rounded=1;whiteSpace=wrap;html=1;fontSize=14;spacing=8;arcSize=8;fillColor=#d5f5dc;strokeColor=#2e7d32;" value="绿色 当前通过 Real-site complex pages 6 样本 6 pass / 0 degraded / 0 blocked / 6 highlighted" vertex="1">
          <mxGeometry x="1130" y="110" width="300" height="95" as="geometry" />
        </mxCell>
        <mxCell id="c76" parent="1" style="rounded=1;whiteSpace=wrap;html=1;fontSize=14;spacing=8;arcSize=8;fillColor=#d5f5e3;strokeColor=#2e7d32;" value="绿色 自动化通过 External visual acceptance 5 commands pass / 6 visual samples pass" vertex="1">
          <mxGeometry x="250" y="290" width="330" height="95" as="geometry" />
        </mxCell>
        <mxCell id="c77" parent="1" style="rounded=1;whiteSpace=wrap;html=1;fontSize=14;spacing=8;arcSize=8;fillColor=#d5f5dc;strokeColor=#2e7d32;" value="绿色 当前候选通过 V1 mainline closeout upstream 5/5 passed" vertex="1">
          <mxGeometry x="610" y="290" width="330" height="95" as="geometry" />
        </mxCell>
-         <mxCell id="c78" parent="1" style="rounded=1;whiteSpace=wrap;html=1;fontSize=14;spacing=8;arcSize=8;fillColor=#dbeafe;strokeColor=#1d4ed8;" value="蓝色 待人工核查 V1-MC-SJ hardening 已自动化复验通过；B站/小红书/观察者证据进入人工体验 review" vertex="1">
+         <mxCell id="c78" parent="1" style="rounded=1;whiteSpace=wrap;html=1;fontSize=14;spacing=8;arcSize=8;fillColor=#dbeafe;strokeColor=#1d4ed8;" value="蓝色 待人工核查 V1-HR/CC 阶段只准备人工体验 review；不进入产品代码实现" vertex="1">
          <mxGeometry x="970" y="290" width="330" height="95" as="geometry" />
        </mxCell>
        <mxCell id="c79" parent="1" style="rounded=1;whiteSpace=wrap;html=1;fontSize=14;spacing=8;arcSize=8;fillColor=#eeeeee;strokeColor=#666666;" value="灰色 待人工 human-review-checklist reviewStatus: pending 自动化不能替代人工体验核查" vertex="1">
          <mxGeometry x="420" y="480" width="660" height="110" as="geometry" />
        </mxCell>
-         <mxCell id="c80" parent="1" style="rounded=1;whiteSpace=wrap;html=1;fontSize=13;spacing=8;arcSize=8;fillColor=#f8fafc;strokeColor=#94a3b8;" value="出门顺序：V1.3/V1.4/launcher 作为上游输入 -&gt; real-site 6/6 pass -&gt; external visual pass -&gt; mainline report pass -&gt; 人工产品体验核查 -&gt; 才能进入完整 V1 complete 候选审计。" vertex="1">
+         <mxCell id="c80" parent="1" style="rounded=1;whiteSpace=wrap;html=1;fontSize=13;spacing=8;arcSize=8;fillColor=#f8fafc;strokeColor=#94a3b8;" value="出门顺序：V1.3/V1.4/launcher 作为上游输入 -&gt; real-site 6/6 pass -&gt; external visual pass -&gt; mainline report pass -&gt; V1-HR/CC 文档基线 -&gt; 人工产品体验核查 -&gt; 才能进入完整 V1 complete 候选审计。" vertex="1">
          <mxGeometry x="180" y="680" width="1140" height="80" as="geometry" />
        </mxCell>
      </root>
    </mxGraphModel>
  </diagram>
  <diagram id="v1mc-07" name="07 验收门槛与出门条件">
    <mxGraphModel dx="1500" dy="900" grid="1" gridSize="10" guides="1" tooltips="1" connect="1" arrows="1" fold="1" page="1" pageScale="1" pageWidth="1500" pageHeight="900" math="0" shadow="0">
      <root>
        <mxCell id="0" />
        <mxCell id="1" parent="0" />
        <mxCell id="v1mc-07-title" parent="1" style="text;html=1;fontSize=26;fontStyle=1;align=center;verticalAlign=middle;strokeColor=none;fillColor=none;" value="验收门槛与出门条件：防 false-green" vertex="1">
          <mxGeometry x="40" y="20" width="1420" height="42" as="geometry" />
        </mxCell>
        <mxCell id="c81" parent="1" style="rounded=1;whiteSpace=wrap;html=1;fontSize=14;spacing=8;arcSize=8;fillColor=#d5f5e3;strokeColor=#2e7d32;" value="用户体验门槛 贴边 launcher、展开/折叠/resize、Chat/Debug/Settings、读取、总结、问答、Mindmap、Reading Map 可用" vertex="1">
          <mxGeometry x="80" y="110" width="390" height="115" as="geometry" />
        </mxCell>
        <mxCell id="c82" parent="1" style="rounded=1;whiteSpace=wrap;html=1;fontSize=14;spacing=8;arcSize=8;fillColor=#fff3bf;strokeColor=#b7791f;" value="复杂站点门槛 B站 / 小红书 / 观察者网 首页+详情 6/6 pass；fresh validation 不得 fallback-only" vertex="1">
          <mxGeometry x="555" y="110" width="390" height="130" as="geometry" />
        </mxCell>
        <mxCell id="c83" parent="1" style="rounded=1;whiteSpace=wrap;html=1;fontSize=14;spacing=8;arcSize=8;fillColor=#fff3bf;strokeColor=#b7791f;" value="Source Evidence 门槛 highlighted / fallback_shown / blocked 三态 UI、JSON、HTML、截图一致 成功必须有 Navia marker" vertex="1">
          <mxGeometry x="1030" y="110" width="390" height="130" as="geometry" />
        </mxCell>
        <mxCell id="c84" parent="1" style="rounded=1;whiteSpace=wrap;html=1;fontSize=14;spacing=8;arcSize=8;fillColor=#dbeafe;strokeColor=#1d4ed8;" value="自动化门槛 headless-first；Chrome --mute-audio；可见截图需提前告知并结束后关闭；testCommands 记录真实 passed/failed" vertex="1">
          <mxGeometry x="80" y="315" width="390" height="130" as="geometry" />
        </mxCell>
        <mxCell id="c85" parent="1" style="rounded=1;whiteSpace=wrap;html=1;fontSize=14;spacing=8;arcSize=8;fillColor=#dbeafe;strokeColor=#1d4ed8;" value="报告门槛 上游 evidence 路径存在；fatal/major 为空；claim 在允许范围内；旧 failed evidence 已解释" vertex="1">
          <mxGeometry x="555" y="315" width="390" height="130" as="geometry" />
        </mxCell>
        <mxCell id="c86" parent="1" style="rounded=1;whiteSpace=wrap;html=1;fontSize=14;spacing=8;arcSize=8;fillColor=#ffd6d6;strokeColor=#c62828;" value="No-Go 不能声明完整 V1 complete 不能把 public no-login 写成 logged-in 不能把 fallback 写成 highlighted 不能引入禁用 V2+ 能力" vertex="1">
          <mxGeometry x="1030" y="315" width="390" height="150" as="geometry" />
        </mxCell>
-         <mxCell id="c87" parent="1" style="rounded=1;whiteSpace=wrap;html=1;fontSize=14;spacing=8;arcSize=8;fillColor=#dbeafe;strokeColor=#1d4ed8;" value="允许声明条件 仅当 real-site 6/6 pass、0 degraded、0 blocked，external visual 与 mainline closeout 全部 passed，才可声明 V1-MC automated candidate pass" vertex="1">
+         <mxCell id="c87" parent="1" style="rounded=1;whiteSpace=wrap;html=1;fontSize=14;spacing=8;arcSize=8;fillColor=#dbeafe;strokeColor=#1d4ed8;" value="本阶段允许声明 Ready for V1 human product review and complete-candidate audit preparation；仍不得声明完整 V1 complete" vertex="1">
          <mxGeometry x="230" y="560" width="1040" height="120" as="geometry" />
        </mxCell>
-         <mxCell id="c88" parent="1" style="rounded=1;whiteSpace=wrap;html=1;fontSize=14;spacing=8;arcSize=8;fillColor=#d5f5dc;strokeColor=#2e7d32;" value="当前状态 V1-MC automated candidate passed。人工 review 仍 pending，完整 V1 complete 仍 No-Go。" vertex="1">
+         <mxCell id="c88" parent="1" style="rounded=1;whiteSpace=wrap;html=1;fontSize=14;spacing=8;arcSize=8;fillColor=#d5f5dc;strokeColor=#2e7d32;" value="当前状态 V1-MC automated candidate passed；V1-HR/CC 文档基线可支撑人工核查准备。人工 review 仍 pending，完整 V1 complete 仍 No-Go。" vertex="1">
          <mxGeometry x="410" y="735" width="680" height="75" as="geometry" />
        </mxCell>
      </root>
    </mxGraphModel>
  </diagram>
  <diagram id="v1mc-08" name="08 风险路线与备选技术">
    <mxGraphModel dx="1500" dy="900" grid="1" gridSize="10" guides="1" tooltips="1" connect="1" arrows="1" fold="1" page="1" pageScale="1" pageWidth="1500" pageHeight="900" math="0" shadow="0">
      <root>
        <mxCell id="0" />
        <mxCell id="1" parent="0" />
        <mxCell id="t08" value="风险路线与备选技术：高风险不改写为通过" style="text;html=1;fontSize=24;fontStyle=1;align=center;verticalAlign=middle;strokeColor=none;fillColor=none;" vertex="1" parent="1">
          <mxGeometry x="40" y="20" width="1420" height="42" as="geometry" />
        </mxCell>
        <mxCell id="r8a" value="A 登录态 Chrome CDP&#xa;适用：路线 B 出错后，用户主动提供 NAVIA_CDP_URL，扩展已加载&#xa;优点：最接近真实登录态，适合作为复验路线&#xa;缺点：需人工配合，不能接管主 profile&#xa;允许：logged-in validation，仅限覆盖页面" style="rounded=1;whiteSpace=wrap;html=1;fontSize=13;spacing=8;arcSize=8;fillColor=#dbeafe;strokeColor=#1d4ed8;fontStyle=1;" vertex="1" parent="1">
          <mxGeometry x="60" y="100" width="330" height="135" as="geometry" />
        </mxCell>
        <mxCell id="r8b" value="B 首选 专用测试 profile / cookie 注入&#xa;适用：隔离 profile 可加载扩展，cookie 有效&#xa;优点：可重复，不污染主 profile&#xa;降级条件：专用 profile 或依赖缺失时转路线 A / C&#xa;允许：cookie-injected / dedicated-profile validation" style="rounded=1;whiteSpace=wrap;html=1;fontSize=13;spacing=8;arcSize=8;fillColor=#d5f5e3;strokeColor=#2e7d32;fontStyle=1;" vertex="1" parent="1">
          <mxGeometry x="420" y="100" width="330" height="135" as="geometry" />
        </mxCell>
        <mxCell id="r8c" value="C public no-login headless&#xa;适用：登录态不可用但公开页面可访问&#xa;优点：低打扰、可静音、自动化稳定&#xa;缺点：不能证明登录态体验&#xa;允许：public no-login evidence" style="rounded=1;whiteSpace=wrap;html=1;fontSize=13;spacing=8;arcSize=8;fillColor=#dbeafe;strokeColor=#1d4ed8;fontStyle=1;" vertex="1" parent="1">
          <mxGeometry x="780" y="100" width="300" height="135" as="geometry" />
        </mxCell>
        <mxCell id="r8d" value="D blocker + 人工截图补位&#xa;适用：A/B/C 均不可用或证据不可信&#xa;优点：不做虚假验收&#xa;缺点：不能自动化出门&#xa;允许：blocked / manual review required" style="rounded=1;whiteSpace=wrap;html=1;fontSize=13;spacing=8;arcSize=8;fillColor=#ffd6d6;strokeColor=#c62828;fontStyle=1;" vertex="1" parent="1">
          <mxGeometry x="1110" y="100" width="330" height="135" as="geometry" />
        </mxCell>
        <mxCell id="r8e1" value="失败或不可用" style="edgeStyle=orthogonalEdgeStyle;rounded=0;orthogonalLoop=1;jettySize=auto;html=1;endArrow=block;strokeWidth=2;strokeColor=#475569;" edge="1" parent="1" source="r8a" target="r8b">
          <mxGeometry relative="1" as="geometry" />
        </mxCell>
        <mxCell id="r8e2" value="失败或不可用" style="edgeStyle=orthogonalEdgeStyle;rounded=0;orthogonalLoop=1;jettySize=auto;html=1;endArrow=block;strokeWidth=2;strokeColor=#475569;" edge="1" parent="1" source="r8b" target="r8c">
          <mxGeometry relative="1" as="geometry" />
        </mxCell>
        <mxCell id="r8e3" value="失败或不可用" style="edgeStyle=orthogonalEdgeStyle;rounded=0;orthogonalLoop=1;jettySize=auto;html=1;endArrow=block;strokeWidth=2;strokeColor=#475569;" edge="1" parent="1" source="r8c" target="r8d">
          <mxGeometry relative="1" as="geometry" />
        </mxCell>
        <mxCell id="risk1" value="小红书首页风险&#xa;虚拟列表 / 风控 / feed 文本拼接可能导致 source_not_found_in_dom&#xa;目标：feed card sourceRef + card/href/textQuote 多线索定位&#xa;No-Go：fresh validation fallback-only 不能 pass" style="rounded=1;whiteSpace=wrap;html=1;fontSize=13;spacing=8;arcSize=8;fillColor=#fff3bf;strokeColor=#b7791f;fontStyle=1;" vertex="1" parent="1">
          <mxGeometry x="80" y="310" width="390" height="130" as="geometry" />
        </mxCell>
        <mxCell id="risk2" value="观察者详情页风险&#xa;正文、评论、推荐、最新视频、侧栏混排&#xa;目标：article title / author / time / body 提权&#xa;No-Go：反跳到评论或推荐不能 pass" style="rounded=1;whiteSpace=wrap;html=1;fontSize=13;spacing=8;arcSize=8;fillColor=#fff3bf;strokeColor=#b7791f;fontStyle=1;" vertex="1" parent="1">
          <mxGeometry x="540" y="310" width="390" height="130" as="geometry" />
        </mxCell>
        <mxCell id="risk3" value="B站详情页风险&#xa;登录态、播放页噪声、推荐区、活动横幅、弹幕设置&#xa;目标：标题、简介、UP主、发布信息、播放/弹幕进入主节点&#xa;No-Go：public no-login 冒充 logged-in" style="rounded=1;whiteSpace=wrap;html=1;fontSize=13;spacing=8;arcSize=8;fillColor=#fff3bf;strokeColor=#b7791f;fontStyle=1;" vertex="1" parent="1">
          <mxGeometry x="1000" y="310" width="390" height="130" as="geometry" />
        </mxCell>
        <mxCell id="risk4" value="E2E false-green 风险&#xa;自动化选择更易定位 source card，可能掩盖产品 UI 排序问题&#xa;要求：记录 selectedSourceCardIndex、reason、候选卡片和 UI 排序&#xa;No-Go：无选择原因却声明通过" style="rounded=1;whiteSpace=wrap;html=1;fontSize=13;spacing=8;arcSize=8;fillColor=#ffd6d6;strokeColor=#c62828;fontStyle=1;" vertex="1" parent="1">
          <mxGeometry x="80" y="500" width="390" height="130" as="geometry" />
        </mxCell>
        <mxCell id="risk5" value="Mindmap / Reading Map 视觉风险&#xa;窄屏下文本虚影、节点重叠、卡片截断、输入框遮挡&#xa;要求：真实截图证明可读性&#xa;No-Go：只用 build / unit test 替代视觉验收" style="rounded=1;whiteSpace=wrap;html=1;fontSize=13;spacing=8;arcSize=8;fillColor=#fff3bf;strokeColor=#b7791f;fontStyle=1;" vertex="1" parent="1">
          <mxGeometry x="540" y="500" width="390" height="130" as="geometry" />
        </mxCell>
-         <mxCell id="risk6" value="出门判断&#xa;当前 real-site 6/6 pass、0 degraded、0 blocked，mainline closeout 为 automated candidate pass&#xa;cookie-injected 证据不得冒充完整 logged-in 全站质量&#xa;人工 review 仍 pending" style="rounded=1;whiteSpace=wrap;html=1;fontSize=13;spacing=8;arcSize=8;fillColor=#fff2cc;strokeColor=#b38f00;fontStyle=1;" vertex="1" parent="1">
+         <mxCell id="risk6" value="出门判断&#xa;当前 real-site 6/6 pass、0 degraded、0 blocked，mainline closeout 为 automated candidate pass&#xa;V1-HR/CC 只支撑人工核查准备，不支撑完整 V1 complete&#xa;cookie-injected 证据不得冒充完整 logged-in 全站质量&#xa;人工 review 仍 pending" style="rounded=1;whiteSpace=wrap;html=1;fontSize=13;spacing=8;arcSize=8;fillColor=#fff2cc;strokeColor=#b38f00;fontStyle=1;" vertex="1" parent="1">
          <mxGeometry x="1000" y="500" width="390" height="130" as="geometry" />
        </mxCell>
-         <mxCell id="risk7" value="文档审查结论&#xa;当前文档足以指导 V1-MC-SJ 质量硬化和自动化复验。&#xa;高失败风险已被路线化，但无法通过文档完全消除。&#xa;若后续 fresh validation 失败，必须保留 degraded / blocked，不得过度承诺。" style="rounded=1;whiteSpace=wrap;html=1;fontSize=14;spacing=8;arcSize=8;fillColor=#f8fafc;strokeColor=#64748b;fontStyle=1;" vertex="1" parent="1">
+         <mxCell id="risk7" value="文档审查结论&#xa;当前文档足以指导 V1-HR/CC 人工产品核查准备阶段。&#xa;本阶段不进入产品代码实现。&#xa;后续人工体验或 fresh validation 若失败，必须保留 degraded / blocked，不得过度承诺。" style="rounded=1;whiteSpace=wrap;html=1;fontSize=14;spacing=8;arcSize=8;fillColor=#f8fafc;strokeColor=#64748b;fontStyle=1;" vertex="1" parent="1">
          <mxGeometry x="270" y="700" width="960" height="95" as="geometry" />
        </mxCell>
      </root>
    </mxGraphModel>
  </diagram>
</mxfile>
